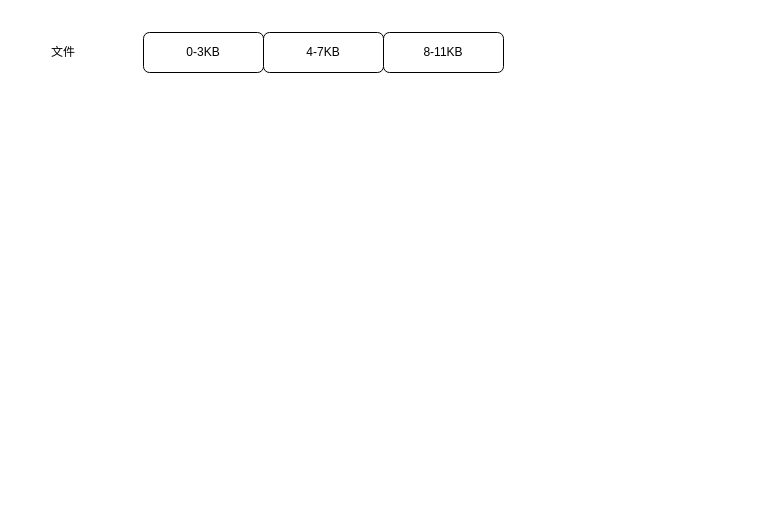
Before: cache和buffer.drawio in Netech-DevNote/itquestions_pictures, a draw.io diagram. Source tidied: cells renumbered, new cells numbered last; positions are measured from the earlier drawing's top-left corner, leaving out a move shared by most shapes. Both pictures are drawn from the tidied source at 100%, with x=0, y=0 at pixel (33, 32).
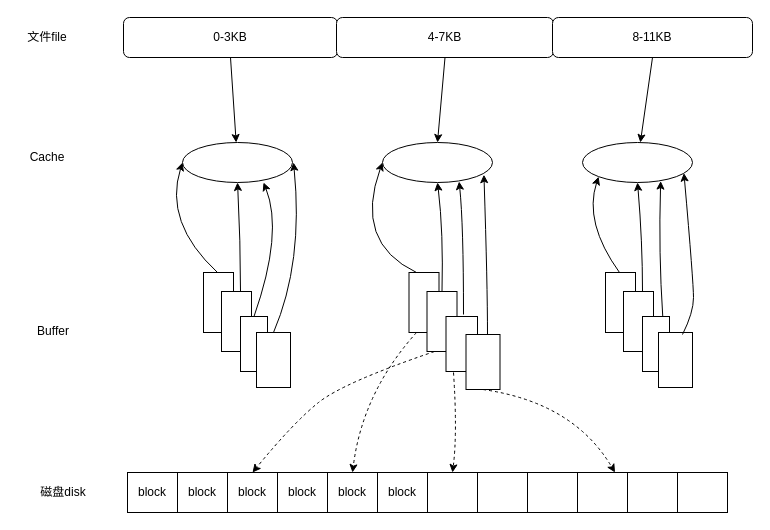
After the change.

Change to the diagram source:
```diff
@@
     <mxCell id="2" value="0-3KB" style="rounded=1;whiteSpace=wrap;html=1;" parent="1" vertex="1">
-      <mxGeometry x="110" width="120" height="40" as="geometry" />
+      <mxGeometry x="90" y="-15" width="214" height="40" as="geometry" />
     </mxCell>
     <mxCell id="3" value="4-7KB" style="rounded=1;whiteSpace=wrap;html=1;" parent="1" vertex="1">
-      <mxGeometry x="230" width="120" height="40" as="geometry" />
+      <mxGeometry x="303" y="-15" width="217" height="40" as="geometry" />
     </mxCell>
     <mxCell id="4" value="8-11KB" style="rounded=1;whiteSpace=wrap;html=1;" parent="1" vertex="1">
-      <mxGeometry x="350" width="120" height="40" as="geometry" />
+      <mxGeometry x="519" y="-15" width="200" height="40" as="geometry" />
     </mxCell>
-    <mxCell id="5" value="文件" style="text;html=1;strokeColor=none;fillColor=none;align=center;verticalAlign=middle;whiteSpace=wrap;rounded=0;" parent="1" vertex="1">
-      <mxGeometry y="5" width="60" height="30" as="geometry" />
+    <mxCell id="5" value="文件file" style="text;html=1;strokeColor=none;fillColor=none;align=center;verticalAlign=middle;whiteSpace=wrap;rounded=0;" parent="1" vertex="1">
+      <mxGeometry x="-16" y="-10" width="60" height="30" as="geometry" />
     </mxCell>
+    <mxCell id="6" style="ellipse;whiteSpace=wrap;html=1;" parent="1" vertex="1">
+      <mxGeometry x="149" y="110" width="110" height="40" as="geometry" />
+    </mxCell>
+    <mxCell id="7" style="ellipse;whiteSpace=wrap;html=1;" parent="1" vertex="1">
+      <mxGeometry x="349" y="110" width="110" height="40" as="geometry" />
+    </mxCell>
+    <mxCell id="8" style="ellipse;whiteSpace=wrap;html=1;" parent="1" vertex="1">
+      <mxGeometry x="549" y="110" width="110" height="40" as="geometry" />
+    </mxCell>
+    <mxCell id="9" value="Cache" style="text;html=1;strokeColor=none;fillColor=none;align=center;verticalAlign=middle;whiteSpace=wrap;rounded=0;" parent="1" vertex="1">
+      <mxGeometry x="-16" y="110" width="60" height="30" as="geometry" />
+    </mxCell>
+    <mxCell id="10" value="Buffer" style="text;html=1;strokeColor=none;fillColor=none;align=center;verticalAlign=middle;whiteSpace=wrap;rounded=0;" parent="1" vertex="1">
+      <mxGeometry x="-10" y="284" width="60" height="30" as="geometry" />
+    </mxCell>
+    <mxCell id="11" value="磁盘disk" style="text;html=1;strokeColor=none;fillColor=none;align=center;verticalAlign=middle;whiteSpace=wrap;rounded=0;" parent="1" vertex="1">
+      <mxGeometry y="445" width="60" height="30" as="geometry" />
+    </mxCell>
+    <mxCell id="12" value="block" style="rounded=0;whiteSpace=wrap;html=1;" parent="1" vertex="1">
+      <mxGeometry x="144" y="440" width="50" height="40" as="geometry" />
+    </mxCell>
+    <mxCell id="13" value="block" style="rounded=0;whiteSpace=wrap;html=1;" parent="1" vertex="1">
+      <mxGeometry x="194" y="440" width="50" height="40" as="geometry" />
+    </mxCell>
+    <mxCell id="14" value="block" style="rounded=0;whiteSpace=wrap;html=1;" parent="1" vertex="1">
+      <mxGeometry x="244" y="440" width="50" height="40" as="geometry" />
+    </mxCell>
+    <mxCell id="15" value="block" style="rounded=0;whiteSpace=wrap;html=1;" parent="1" vertex="1">
+      <mxGeometry x="294" y="440" width="50" height="40" as="geometry" />
+    </mxCell>
+    <mxCell id="16" value="block" style="rounded=0;whiteSpace=wrap;html=1;" parent="1" vertex="1">
+      <mxGeometry x="344" y="440" width="50" height="40" as="geometry" />
+    </mxCell>
+    <mxCell id="17" style="rounded=0;whiteSpace=wrap;html=1;" parent="1" vertex="1">
+      <mxGeometry x="394" y="440" width="50" height="40" as="geometry" />
+    </mxCell>
+    <mxCell id="18" style="rounded=0;whiteSpace=wrap;html=1;" parent="1" vertex="1">
+      <mxGeometry x="444" y="440" width="50" height="40" as="geometry" />
+    </mxCell>
+    <mxCell id="19" style="rounded=0;whiteSpace=wrap;html=1;" parent="1" vertex="1">
+      <mxGeometry x="494" y="440" width="50" height="40" as="geometry" />
+    </mxCell>
+    <mxCell id="20" style="rounded=0;whiteSpace=wrap;html=1;" parent="1" vertex="1">
+      <mxGeometry x="544" y="440" width="50" height="40" as="geometry" />
+    </mxCell>
+    <mxCell id="21" style="rounded=0;whiteSpace=wrap;html=1;" parent="1" vertex="1">
+      <mxGeometry x="170" y="240" width="30" height="60" as="geometry" />
+    </mxCell>
+    <mxCell id="22" style="rounded=0;whiteSpace=wrap;html=1;" parent="1" vertex="1">
+      <mxGeometry x="188" y="259" width="30" height="60" as="geometry" />
+    </mxCell>
+    <mxCell id="23" style="rounded=0;whiteSpace=wrap;html=1;" parent="1" vertex="1">
+      <mxGeometry x="207" y="284" width="27" height="55" as="geometry" />
+    </mxCell>
+    <mxCell id="24" style="rounded=0;whiteSpace=wrap;html=1;" parent="1" vertex="1">
+      <mxGeometry x="223" y="300" width="34" height="55" as="geometry" />
+    </mxCell>
+    <mxCell id="25" style="endArrow=classic;html=1;rounded=0;exitX=0.5;exitY=1;exitDx=0;exitDy=0;" parent="1" edge="1" source="2" target="6">
+      <mxGeometry relative="1" as="geometry" />
+    </mxCell>
+    <mxCell id="26" style="endArrow=classic;html=1;rounded=0;exitX=0.5;exitY=1;exitDx=0;exitDy=0;entryX=0.5;entryY=0;entryDx=0;entryDy=0;" parent="1" edge="1" source="3" target="7">
+      <mxGeometry relative="1" as="geometry" />
+    </mxCell>
+    <mxCell id="27" style="endArrow=classic;html=1;rounded=0;exitX=0.5;exitY=1;exitDx=0;exitDy=0;" parent="1" edge="1" source="4" target="8">
+      <mxGeometry relative="1" as="geometry" />
+    </mxCell>
+    <mxCell id="28" style="rounded=0;whiteSpace=wrap;html=1;" parent="1" vertex="1">
+      <mxGeometry x="375.5" y="240" width="30" height="60" as="geometry" />
+    </mxCell>
+    <mxCell id="29" style="rounded=0;whiteSpace=wrap;html=1;" parent="1" vertex="1">
+      <mxGeometry x="393.5" y="259" width="30" height="60" as="geometry" />
+    </mxCell>
+    <mxCell id="30" style="rounded=0;whiteSpace=wrap;html=1;" parent="1" vertex="1">
+      <mxGeometry x="412.5" y="284" width="31.5" height="55" as="geometry" />
+    </mxCell>
+    <mxCell id="31" style="rounded=0;whiteSpace=wrap;html=1;" parent="1" vertex="1">
+      <mxGeometry x="432.5" y="302" width="34" height="55" as="geometry" />
+    </mxCell>
+    <mxCell id="32" style="rounded=0;whiteSpace=wrap;html=1;" parent="1" vertex="1">
+      <mxGeometry x="572" y="240" width="30" height="60" as="geometry" />
+    </mxCell>
+    <mxCell id="33" style="rounded=0;whiteSpace=wrap;html=1;" parent="1" vertex="1">
+      <mxGeometry x="590" y="259" width="30" height="60" as="geometry" />
+    </mxCell>
+    <mxCell id="34" style="rounded=0;whiteSpace=wrap;html=1;" parent="1" vertex="1">
+      <mxGeometry x="609" y="284" width="27" height="55" as="geometry" />
+    </mxCell>
+    <mxCell id="35" style="rounded=0;whiteSpace=wrap;html=1;" parent="1" vertex="1">
+      <mxGeometry x="625" y="300" width="34" height="55" as="geometry" />
+    </mxCell>
+    <mxCell id="36" value="block" style="rounded=0;whiteSpace=wrap;html=1;" parent="1" vertex="1">
+      <mxGeometry x="94" y="440" width="50" height="40" as="geometry" />
+    </mxCell>
+    <mxCell id="37" style="rounded=0;whiteSpace=wrap;html=1;" parent="1" vertex="1">
+      <mxGeometry x="594" y="440" width="50" height="40" as="geometry" />
+    </mxCell>
+    <mxCell id="38" style="rounded=0;whiteSpace=wrap;html=1;" parent="1" vertex="1">
+      <mxGeometry x="644" y="440" width="50" height="40" as="geometry" />
+    </mxCell>
+    <mxCell id="39" style="curved=1;endArrow=classic;html=1;rounded=0;entryX=0;entryY=0.5;entryDx=0;entryDy=0;" parent="1" edge="1" target="6">
+      <mxGeometry relative="1" as="geometry">
+        <mxPoint x="184" y="240" as="sourcePoint" />
+        <Array as="points">
+          <mxPoint x="130" y="190" />
+        </Array>
+      </mxGeometry>
+    </mxCell>
+    <mxCell id="40" style="curved=1;endArrow=classic;html=1;rounded=0;entryX=0.5;entryY=1;entryDx=0;entryDy=0;" parent="1" edge="1" target="6">
+      <mxGeometry relative="1" as="geometry">
+        <mxPoint x="207" y="259" as="sourcePoint" />
+        <Array as="points">
+          <mxPoint x="207" y="209" />
+        </Array>
+      </mxGeometry>
+    </mxCell>
+    <mxCell id="41" style="curved=1;endArrow=classic;html=1;rounded=0;exitX=0.5;exitY=0;exitDx=0;exitDy=0;" parent="1" edge="1" source="23">
+      <mxGeometry relative="1" as="geometry">
+        <mxPoint x="230" y="150" as="targetPoint" />
+        <Array as="points">
+          <mxPoint x="250" y="200" />
+        </Array>
+      </mxGeometry>
+    </mxCell>
+    <mxCell id="42" style="curved=1;endArrow=classic;html=1;rounded=0;exitX=0.5;exitY=0;exitDx=0;exitDy=0;" parent="1" edge="1" source="24">
+      <mxGeometry relative="1" as="geometry">
+        <mxPoint x="260" y="130" as="targetPoint" />
+        <Array as="points">
+          <mxPoint x="270" y="230" />
+        </Array>
+      </mxGeometry>
+    </mxCell>
+    <mxCell id="43" style="curved=1;endArrow=classic;html=1;rounded=0;exitX=0.25;exitY=0;exitDx=0;exitDy=0;entryX=0;entryY=0.5;entryDx=0;entryDy=0;" parent="1" edge="1" source="28" target="7">
+      <mxGeometry relative="1" as="geometry">
+        <Array as="points">
+          <mxPoint x="320" y="210" />
+        </Array>
+      </mxGeometry>
+    </mxCell>
+    <mxCell id="44" style="curved=1;endArrow=classic;html=1;rounded=0;exitX=0.5;exitY=0;exitDx=0;exitDy=0;entryX=0.5;entryY=1;entryDx=0;entryDy=0;" parent="1" edge="1" source="29" target="7">
+      <mxGeometry relative="1" as="geometry">
+        <Array as="points">
+          <mxPoint x="410" y="200" />
+        </Array>
+      </mxGeometry>
+    </mxCell>
+    <mxCell id="45" style="curved=1;endArrow=classic;html=1;rounded=0;entryX=0.696;entryY=0.925;entryDx=0;entryDy=0;entryPerimeter=0;" parent="1" edge="1">
+      <mxGeometry relative="1" as="geometry">
+        <mxPoint x="430" y="282" as="sourcePoint" />
+        <mxPoint x="425.6" y="149" as="targetPoint" />
+        <Array as="points">
+          <mxPoint x="430" y="192" />
+        </Array>
+      </mxGeometry>
+    </mxCell>
+    <mxCell id="46" style="curved=1;endArrow=classic;html=1;rounded=0;entryX=0.922;entryY=0.805;entryDx=0;entryDy=0;entryPerimeter=0;" parent="1" edge="1" target="7">
+      <mxGeometry relative="1" as="geometry">
+        <mxPoint x="454" y="302" as="sourcePoint" />
+        <Array as="points">
+          <mxPoint x="454" y="252" />
+        </Array>
+      </mxGeometry>
+    </mxCell>
+    <mxCell id="47" style="curved=1;endArrow=classic;html=1;rounded=0;entryX=0;entryY=1;entryDx=0;entryDy=0;" parent="1" edge="1" target="8">
+      <mxGeometry relative="1" as="geometry">
+        <mxPoint x="586" y="240" as="sourcePoint" />
+        <Array as="points">
+          <mxPoint x="550" y="190" />
+        </Array>
+      </mxGeometry>
+    </mxCell>
+    <mxCell id="48" style="curved=1;endArrow=classic;html=1;rounded=0;entryX=0.5;entryY=1;entryDx=0;entryDy=0;" parent="1" edge="1" target="8">
+      <mxGeometry relative="1" as="geometry">
+        <mxPoint x="609" y="259" as="sourcePoint" />
+        <Array as="points">
+          <mxPoint x="609" y="209" />
+        </Array>
+      </mxGeometry>
+    </mxCell>
+    <mxCell id="49" style="curved=1;endArrow=classic;html=1;rounded=0;entryX=0.711;entryY=0.965;entryDx=0;entryDy=0;entryPerimeter=0;exitX=0.75;exitY=0;exitDx=0;exitDy=0;" parent="1" edge="1" source="34" target="8">
+      <mxGeometry relative="1" as="geometry">
+        <Array as="points">
+          <mxPoint x="625" y="220" />
+        </Array>
+      </mxGeometry>
+    </mxCell>
+    <mxCell id="50" style="curved=1;endArrow=classic;html=1;rounded=0;entryX=0.922;entryY=0.765;entryDx=0;entryDy=0;entryPerimeter=0;" parent="1" edge="1" target="8">
+      <mxGeometry relative="1" as="geometry">
+        <mxPoint x="649" y="302" as="sourcePoint" />
+        <Array as="points">
+          <mxPoint x="660" y="280" />
+          <mxPoint x="660" y="250" />
+        </Array>
+      </mxGeometry>
+    </mxCell>
+    <mxCell id="51" style="curved=1;endArrow=classic;html=1;rounded=0;entryX=0.5;entryY=0;entryDx=0;entryDy=0;exitX=0.25;exitY=1;exitDx=0;exitDy=0;dashed=1;" parent="1" edge="1" source="28" target="15">
+      <mxGeometry relative="1" as="geometry">
+        <Array as="points">
+          <mxPoint x="329" y="360" />
+        </Array>
+      </mxGeometry>
+    </mxCell>
+    <mxCell id="52" style="curved=1;endArrow=classic;html=1;rounded=0;exitX=0.25;exitY=1;exitDx=0;exitDy=0;entryX=0.5;entryY=0;entryDx=0;entryDy=0;dashed=1;" parent="1" edge="1" source="29" target="13">
+      <mxGeometry relative="1" as="geometry">
+        <Array as="points">
+          <mxPoint x="310" y="350" />
+          <mxPoint x="260" y="390" />
+        </Array>
+      </mxGeometry>
+    </mxCell>
+    <mxCell id="53" style="curved=1;endArrow=classic;html=1;rounded=0;entryX=0.5;entryY=0;entryDx=0;entryDy=0;dashed=1;" parent="1" edge="1" target="17">
+      <mxGeometry relative="1" as="geometry">
+        <mxPoint x="420" y="340" as="sourcePoint" />
+        <Array as="points">
+          <mxPoint x="424" y="400" />
+        </Array>
+      </mxGeometry>
+    </mxCell>
+    <mxCell id="54" style="curved=1;endArrow=classic;html=1;rounded=0;exitX=0.5;exitY=1;exitDx=0;exitDy=0;entryX=0.75;entryY=0;entryDx=0;entryDy=0;dashed=1;" parent="1" edge="1" source="31" target="20">
+      <mxGeometry relative="1" as="geometry">
+        <Array as="points">
+          <mxPoint x="540" y="370" />
+        </Array>
+      </mxGeometry>
+    </mxCell>
```
